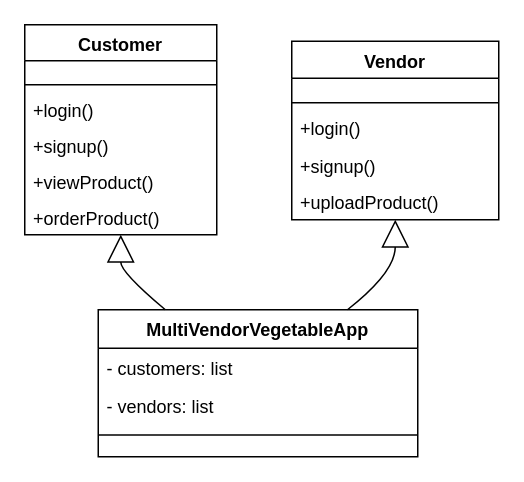
Above: lib/GeneralizationHierarchy.drawio in brianmwirigi/vegi_connect (draw.io), before the change. Source tidied: cells renumbered, new cells numbered last; positions are measured from the earlier drawing's top-left corner, leaving out a move shared by most shapes. Both pictures are drawn from the tidied source at 150%, with x=0, y=0 at pixel (24, 24).
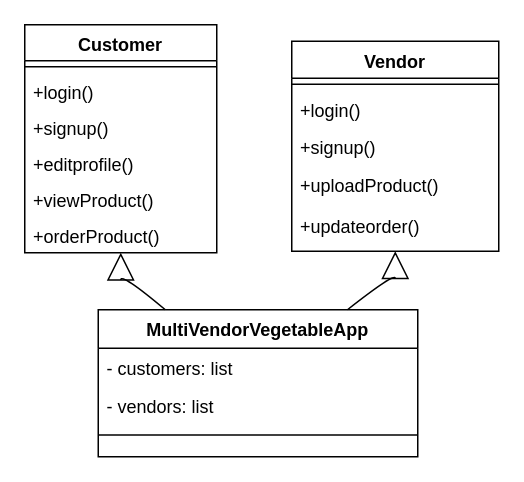
The same diagram, later.

Diff of the diagram source:
```diff
@@
     <mxCell id="2" value="Customer" style="swimlane;fontStyle=1;align=center;verticalAlign=top;horizontal=1;startSize=24;" parent="1" vertex="1">
-      <mxGeometry width="128" height="140" as="geometry" />
+      <mxGeometry width="128" height="152" as="geometry" />
     </mxCell>
     <mxCell id="3" style="line;strokeWidth=1;fillColor=none;align=left;verticalAlign=middle;spacingTop=-1;spacingLeft=3;spacingRight=3;labelPosition=right;strokeColor=inherit;" parent="2" vertex="1">
-      <mxGeometry y="36" width="128" height="8" as="geometry" />
+      <mxGeometry y="24" width="128" height="8" as="geometry" />
     </mxCell>
     <mxCell id="4" value="+login()" style="text;strokeColor=none;fillColor=none;align=left;verticalAlign=top;spacingLeft=4;spacingRight=4;overflow=hidden;" parent="2" vertex="1">
-      <mxGeometry y="44" width="128" height="24" as="geometry" />
+      <mxGeometry y="32" width="128" height="24" as="geometry" />
     </mxCell>
     <mxCell id="5" value="+signup()" style="text;strokeColor=none;fillColor=none;align=left;verticalAlign=top;spacingLeft=4;spacingRight=4;overflow=hidden;" parent="2" vertex="1">
-      <mxGeometry y="68" width="128" height="24" as="geometry" />
+      <mxGeometry y="56" width="128" height="24" as="geometry" />
     </mxCell>
-    <mxCell id="6" value="+viewProduct()" style="text;strokeColor=none;fillColor=none;align=left;verticalAlign=top;spacingLeft=4;spacingRight=4;overflow=hidden;" parent="2" vertex="1">
-      <mxGeometry y="92" width="128" height="24" as="geometry" />
+    <mxCell id="6" value="+editprofile()" style="text;strokeColor=none;fillColor=none;align=left;verticalAlign=top;spacingLeft=4;spacingRight=4;overflow=hidden;" parent="2" vertex="1">
+      <mxGeometry y="80" width="128" height="24" as="geometry" />
     </mxCell>
+    <mxCell id="19" value="+viewProduct()" style="text;strokeColor=none;fillColor=none;align=left;verticalAlign=top;spacingLeft=4;spacingRight=4;overflow=hidden;" parent="2" vertex="1">
+      <mxGeometry y="104" width="128" height="24" as="geometry" />
+    </mxCell>
     <mxCell id="7" value="+orderProduct()" style="text;strokeColor=none;fillColor=none;align=left;verticalAlign=top;spacingLeft=4;spacingRight=4;overflow=hidden;" parent="2" vertex="1">
-      <mxGeometry y="116" width="128" height="24" as="geometry" />
+      <mxGeometry y="128" width="128" height="24" as="geometry" />
     </mxCell>
     <mxCell id="8" value="Vendor" style="swimlane;fontStyle=1;align=center;verticalAlign=top;horizontal=1;startSize=24.666666666666668;" parent="1" vertex="1">
-      <mxGeometry x="178" y="11" width="138" height="119" as="geometry" />
+      <mxGeometry x="178" y="11" width="138" height="140" as="geometry" />
     </mxCell>
     <mxCell id="9" style="line;strokeWidth=1;fillColor=none;align=left;verticalAlign=middle;spacingTop=-1;spacingLeft=3;spacingRight=3;labelPosition=right;strokeColor=inherit;" parent="8" vertex="1">
-      <mxGeometry y="37" width="138" height="8" as="geometry" />
+      <mxGeometry y="24.7" width="138" height="8" as="geometry" />
     </mxCell>
     <mxCell id="10" value="+login()" style="text;strokeColor=none;fillColor=none;align=left;verticalAlign=top;spacingLeft=4;spacingRight=4;overflow=hidden;" parent="8" vertex="1">
-      <mxGeometry y="45" width="138" height="25" as="geometry" />
+      <mxGeometry y="32.7" width="138" height="25" as="geometry" />
     </mxCell>
     <mxCell id="11" value="+signup()" style="text;strokeColor=none;fillColor=none;align=left;verticalAlign=top;spacingLeft=4;spacingRight=4;overflow=hidden;" parent="8" vertex="1">
-      <mxGeometry y="70" width="138" height="25" as="geometry" />
+      <mxGeometry y="57.7" width="138" height="25" as="geometry" />
     </mxCell>
     <mxCell id="12" value="+uploadProduct()" style="text;strokeColor=none;fillColor=none;align=left;verticalAlign=top;spacingLeft=4;spacingRight=4;overflow=hidden;" parent="8" vertex="1">
-      <mxGeometry y="94" width="138" height="25" as="geometry" />
+      <mxGeometry y="82.7" width="138" height="27.3" as="geometry" />
     </mxCell>
+    <mxCell id="20" value="+updateorder()" style="text;strokeColor=none;fillColor=none;align=left;verticalAlign=top;spacingLeft=4;spacingRight=4;overflow=hidden;" parent="8" vertex="1">
+      <mxGeometry y="110" width="138" height="30" as="geometry" />
+    </mxCell>
```
